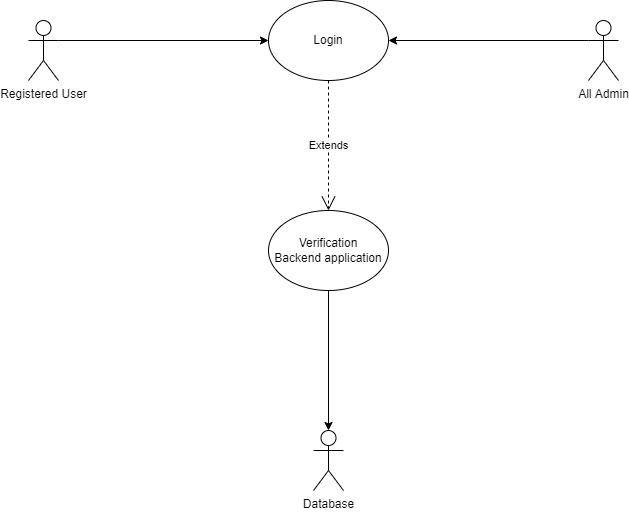
The draw.io diagram Use case diagram/Electronics mart login.png in mohitleo03/Software-Engineering-Project-Management, before a commit. Source tidied: cells renumbered, new cells last; positions are measured from the earlier drawing's top-left corner, leaving out a move shared by most shapes.
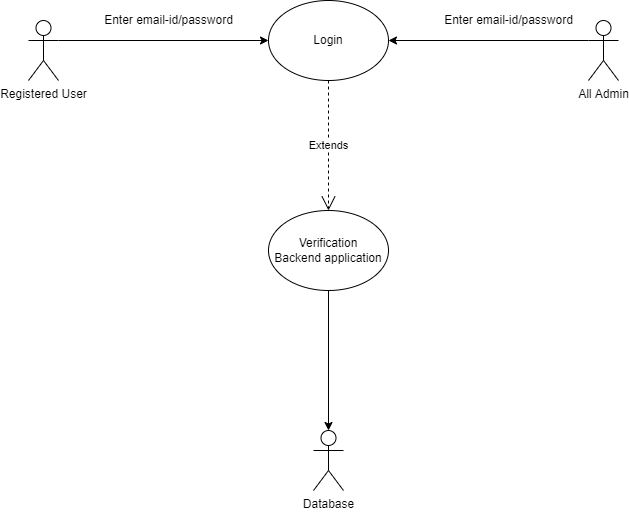
Above is the later version.

The edit, as a diff of the source:
```diff
@@ -29,5 +29,11 @@
     <mxCell id="10" value="Extends" style="endArrow=open;endSize=12;dashed=1;html=1;rounded=0;exitX=0.5;exitY=1;exitDx=0;exitDy=0;entryX=0.5;entryY=0;entryDx=0;entryDy=0;" parent="1" edge="1" source="5" target="6">
       <mxGeometry relative="1" as="geometry" />
     </mxCell>
+    <mxCell id="11" value="Enter email-id/password" style="text;html=1;align=center;verticalAlign=middle;strokeColor=none;fillColor=none;" parent="1" vertex="1">
+      <mxGeometry x="70" y="10" width="140" height="20" as="geometry" />
+    </mxCell>
+    <mxCell id="12" value="Enter email-id/password" style="text;html=1;align=center;verticalAlign=middle;strokeColor=none;fillColor=none;" parent="1" vertex="1">
+      <mxGeometry x="410" y="10" width="140" height="20" as="geometry" />
+    </mxCell>
   </root>
 </mxGraphModel>
```
